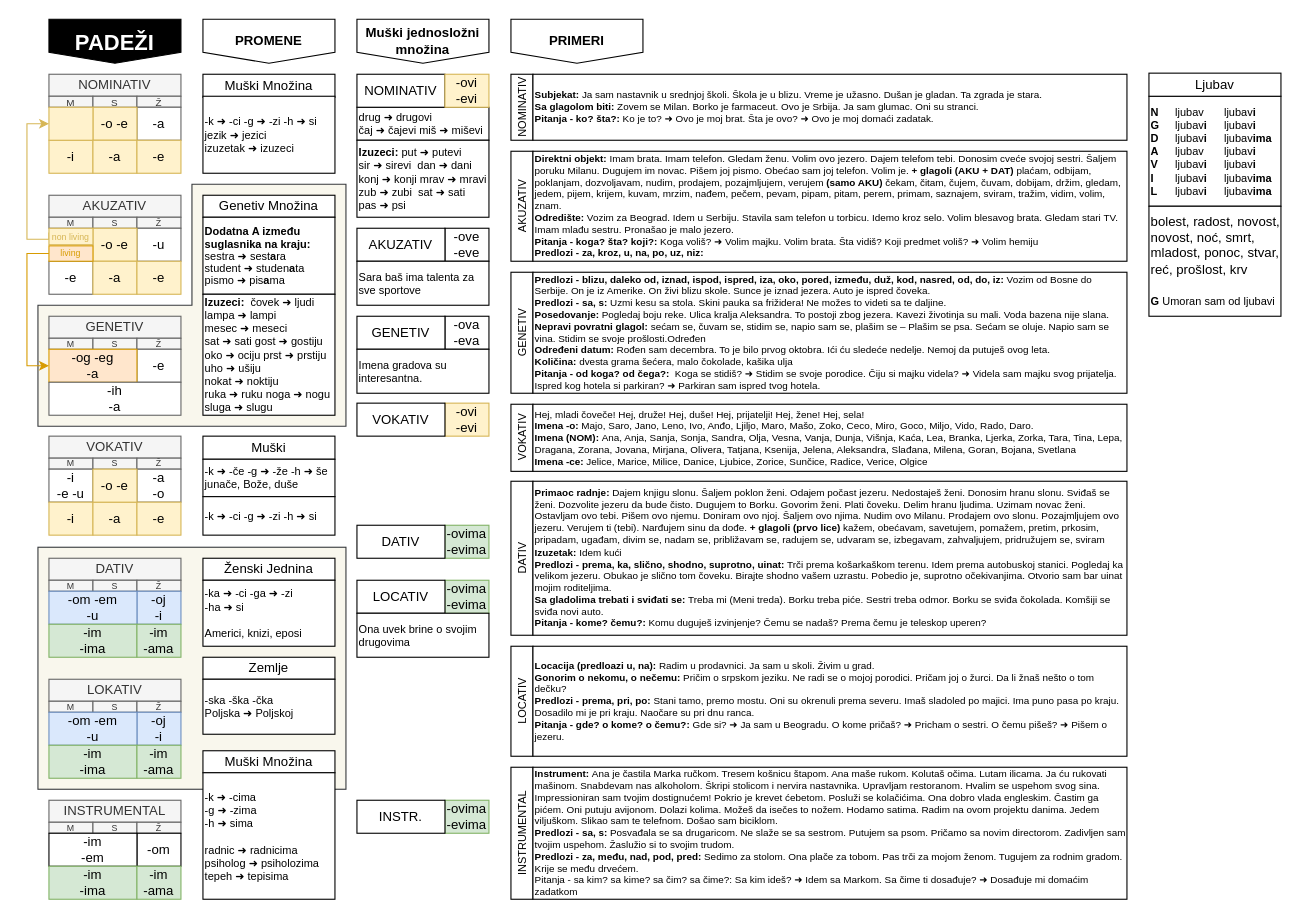
Before: padezi.drawio in vlandivir/srpski, a draw.io diagram. Source tidied: cells renumbered, new cells numbered last; positions are measured from the earlier drawing's top-left corner, leaving out a move shared by most shapes. Both pictures are drawn from the tidied source at 110%, with x=0, y=0 at pixel (26, 19).
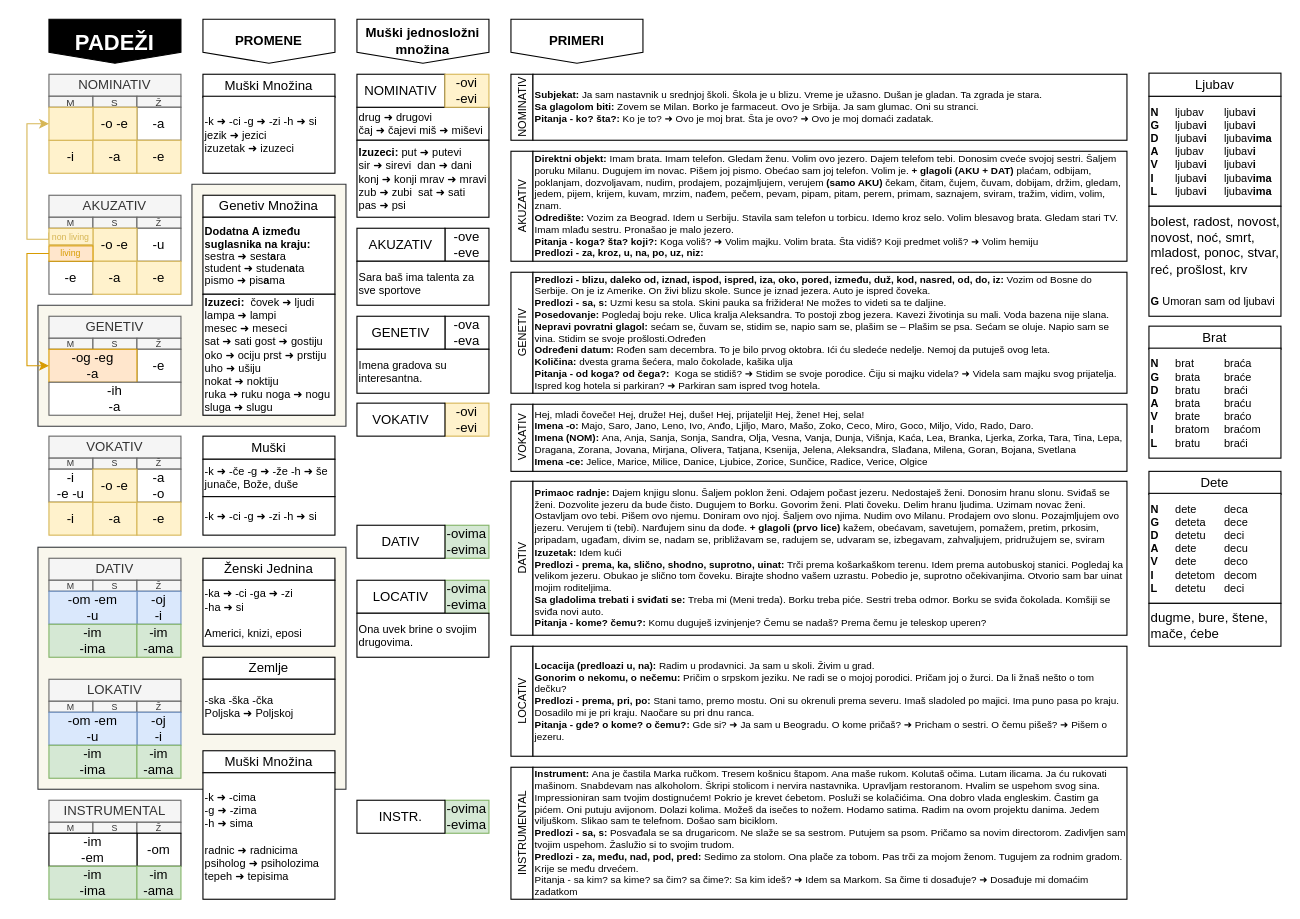
Above is the later version.

Commit message:
brat i dete

Change to the diagram source:
```diff
@@
-    <mxCell id="117" value="Ona uvek brine o svojim drugovima" style="rounded=0;whiteSpace=wrap;html=1;align=left;fontSize=10;" parent="1" vertex="1">
+    <mxCell id="117" value="Ona uvek brine o svojim drugovima." style="rounded=0;whiteSpace=wrap;html=1;align=left;fontSize=10;" parent="1" vertex="1">
       <mxGeometry x="300" y="540" width="120" height="40" as="geometry" />
     </mxCell>
@@
+    <mxCell id="122" value="Brat" style="rounded=0;whiteSpace=wrap;html=1;" parent="1" vertex="1">
+      <mxGeometry x="1020" y="279" width="120" height="21" as="geometry" />
+    </mxCell>
+    <mxCell id="123" value="&lt;font style=&quot;font-size: 10px;&quot;&gt;&lt;b style=&quot;font-size: 10px;&quot;&gt;N&lt;/b&gt;&lt;span style=&quot;font-size: 10px; white-space: pre;&quot;&gt;&#9;&lt;/span&gt;brat&lt;span style=&quot;font-size: 10px; white-space: pre;&quot;&gt;&#9;&lt;span style=&quot;white-space: pre;&quot;&gt;&#9;&lt;/span&gt;b&lt;/span&gt;raća&lt;br style=&quot;font-size: 10px;&quot;&gt;&lt;b style=&quot;font-size: 10px;&quot;&gt;G&lt;/b&gt;&lt;span style=&quot;font-size: 10px; white-space: pre;&quot;&gt;&#9;&lt;/span&gt;brata&lt;span style=&quot;font-size: 10px; white-space: pre; font-weight: bold;&quot;&gt;&#9;&lt;/span&gt;braće&lt;br style=&quot;font-size: 10px;&quot;&gt;&lt;b style=&quot;font-size: 10px;&quot;&gt;D&lt;/b&gt;&lt;span style=&quot;font-size: 10px; white-space: pre;&quot;&gt;&#9;&lt;/span&gt;bratu&lt;span style=&quot;font-size: 10px; white-space: pre; font-weight: bold;&quot;&gt;&#9;&lt;/span&gt;braći&lt;br style=&quot;font-size: 10px;&quot;&gt;&lt;b style=&quot;font-size: 10px;&quot;&gt;A&lt;/b&gt;&lt;span style=&quot;font-size: 10px; white-space: pre;&quot;&gt;&#9;&lt;/span&gt;brata&lt;span style=&quot;white-space: pre;&quot;&gt;&#9;&lt;/span&gt;braću&lt;br style=&quot;font-size: 10px;&quot;&gt;&lt;span style=&quot;font-size: 10px;&quot;&gt;&lt;b&gt;V&lt;/b&gt;&lt;span style=&quot;font-weight: bold; white-space: pre;&quot;&gt;&#9;&lt;/span&gt;brate&lt;/span&gt;&lt;span style=&quot;font-size: 10px;&quot;&gt;&lt;span style=&quot;font-weight: bold; white-space: pre;&quot;&gt;&#9;&lt;/span&gt;braćo&lt;/span&gt;&lt;br style=&quot;font-size: 10px;&quot;&gt;&lt;span style=&quot;font-size: 10px;&quot;&gt;&lt;b&gt;I&lt;/b&gt;&lt;span style=&quot;font-weight: bold; white-space: pre;&quot;&gt;&#9;&lt;/span&gt;bratom&lt;/span&gt;&lt;span style=&quot;font-size: 10px;&quot;&gt;&lt;b&gt;&amp;nbsp;&lt;/b&gt;&lt;span style=&quot;font-weight: bold; white-space: pre;&quot;&gt;&#9;&lt;/span&gt;braćom&lt;/span&gt;&lt;br style=&quot;font-size: 10px;&quot;&gt;&lt;b style=&quot;font-size: 10px;&quot;&gt;L&lt;/b&gt;&lt;span style=&quot;font-size: 10px; white-space: pre;&quot;&gt;&#9;&lt;/span&gt;bratu&lt;span style=&quot;font-size: 10px;&quot;&gt;&lt;span style=&quot;font-weight: bold; white-space: pre;&quot;&gt;&#9;&lt;/span&gt;braći&lt;/span&gt;&lt;br style=&quot;font-size: 10px;&quot;&gt;&lt;/font&gt;" style="rounded=0;html=1;align=left;fontSize=10;fontFamily=Helvetica;spacing=2;" parent="1" vertex="1">
+      <mxGeometry x="1020" y="299" width="120" height="100" as="geometry" />
+    </mxCell>
+    <mxCell id="124" value="Dete" style="rounded=0;whiteSpace=wrap;html=1;" parent="1" vertex="1">
+      <mxGeometry x="1020" y="411" width="120" height="21" as="geometry" />
+    </mxCell>
+    <mxCell id="125" value="&lt;font style=&quot;font-size: 10px;&quot;&gt;&lt;b style=&quot;font-size: 10px;&quot;&gt;N&lt;/b&gt;&lt;span style=&quot;font-size: 10px; white-space: pre;&quot;&gt;&#9;&lt;/span&gt;dete&lt;span style=&quot;font-size: 10px; white-space: pre;&quot;&gt;&#9;&lt;span style=&quot;white-space: pre;&quot;&gt;&#9;&lt;/span&gt;d&lt;/span&gt;eca&lt;br style=&quot;font-size: 10px;&quot;&gt;&lt;b style=&quot;font-size: 10px;&quot;&gt;G&lt;/b&gt;&lt;span style=&quot;font-size: 10px; white-space: pre;&quot;&gt;&#9;&lt;/span&gt;deteta&lt;span style=&quot;font-size: 10px; white-space: pre; font-weight: bold;&quot;&gt;&#9;&lt;/span&gt;dece&lt;br style=&quot;font-size: 10px;&quot;&gt;&lt;b style=&quot;font-size: 10px;&quot;&gt;D&lt;/b&gt;&lt;span style=&quot;font-size: 10px; white-space: pre;&quot;&gt;&#9;&lt;/span&gt;detetu&lt;span style=&quot;font-size: 10px; white-space: pre; font-weight: bold;&quot;&gt;&#9;&lt;/span&gt;deci&lt;br style=&quot;font-size: 10px;&quot;&gt;&lt;b style=&quot;font-size: 10px;&quot;&gt;A&lt;/b&gt;&lt;span style=&quot;font-size: 10px; white-space: pre;&quot;&gt;&#9;&lt;/span&gt;dete&lt;span style=&quot;white-space: pre;&quot;&gt;&#9;&lt;/span&gt;&lt;span style=&quot;white-space: pre;&quot;&gt;&#9;&lt;/span&gt;decu&lt;br style=&quot;font-size: 10px;&quot;&gt;&lt;span style=&quot;font-size: 10px;&quot;&gt;&lt;b&gt;V&lt;/b&gt;&lt;span style=&quot;font-weight: bold; white-space: pre;&quot;&gt;&#9;&lt;/span&gt;dete&lt;span style=&quot;white-space: pre;&quot;&gt;&#9;&lt;/span&gt;&lt;/span&gt;&lt;span style=&quot;font-size: 10px;&quot;&gt;&lt;span style=&quot;font-weight: bold; white-space: pre;&quot;&gt;&#9;&lt;/span&gt;deco&lt;/span&gt;&lt;br style=&quot;font-size: 10px;&quot;&gt;&lt;span style=&quot;font-size: 10px;&quot;&gt;&lt;b&gt;I&lt;/b&gt;&lt;span style=&quot;font-weight: bold; white-space: pre;&quot;&gt;&#9;&lt;/span&gt;detetom&lt;/span&gt;&lt;span style=&quot;font-size: 10px;&quot;&gt;&lt;b&gt;&amp;nbsp;&lt;/b&gt;&lt;span style=&quot;font-weight: bold; white-space: pre;&quot;&gt;&#9;&lt;/span&gt;decom&lt;/span&gt;&lt;br style=&quot;font-size: 10px;&quot;&gt;&lt;b style=&quot;font-size: 10px;&quot;&gt;L&lt;/b&gt;&lt;span style=&quot;font-size: 10px; white-space: pre;&quot;&gt;&#9;&lt;/span&gt;detetu&lt;span style=&quot;font-size: 10px;&quot;&gt;&lt;span style=&quot;font-weight: bold; white-space: pre;&quot;&gt;&#9;&lt;/span&gt;deci&lt;/span&gt;&lt;br style=&quot;font-size: 10px;&quot;&gt;&lt;/font&gt;" style="rounded=0;html=1;align=left;fontSize=10;fontFamily=Helvetica;spacing=2;" parent="1" vertex="1">
+      <mxGeometry x="1020" y="431" width="120" height="100" as="geometry" />
+    </mxCell>
+    <mxCell id="126" value="&lt;font style=&quot;&quot;&gt;dugme, bure, štene, mače, ćebe&lt;br style=&quot;font-size: 12px;&quot;&gt;&lt;/font&gt;" style="rounded=0;html=1;align=left;fontSize=12;fontFamily=Helvetica;spacing=2;whiteSpace=wrap;" parent="1" vertex="1">
+      <mxGeometry x="1020" y="531" width="120" height="39" as="geometry" />
+    </mxCell>
```
